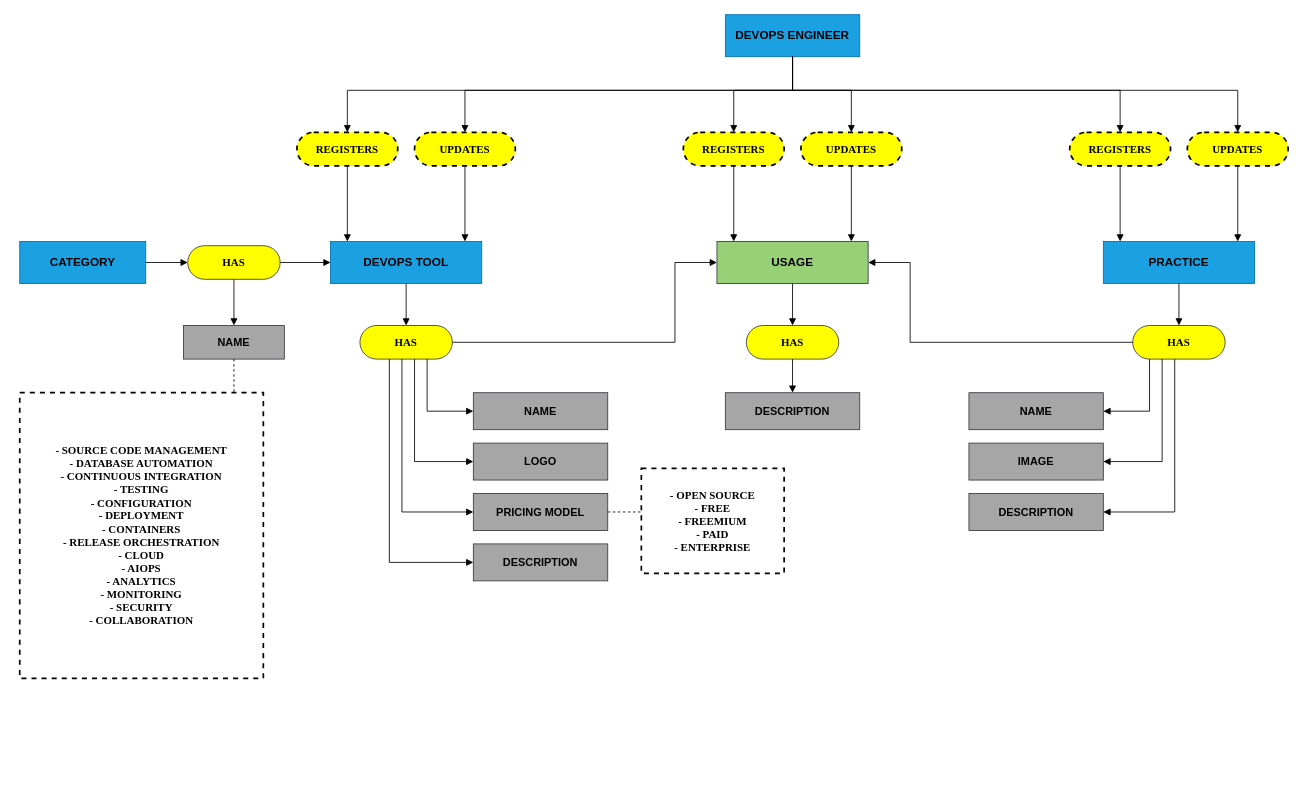
sromerop01/DevOpsTool keeps this draw.io diagram as docs/esquema-preconceptual.drawio. Above is the earlier version. Source tidied: cells renumbered, new cells numbered last; positions are measured from the earlier drawing's top-left corner, leaving out a move shared by most shapes. Both pictures are drawn from the tidied source at 84%, with x=0, y=0 at pixel (19, 14).
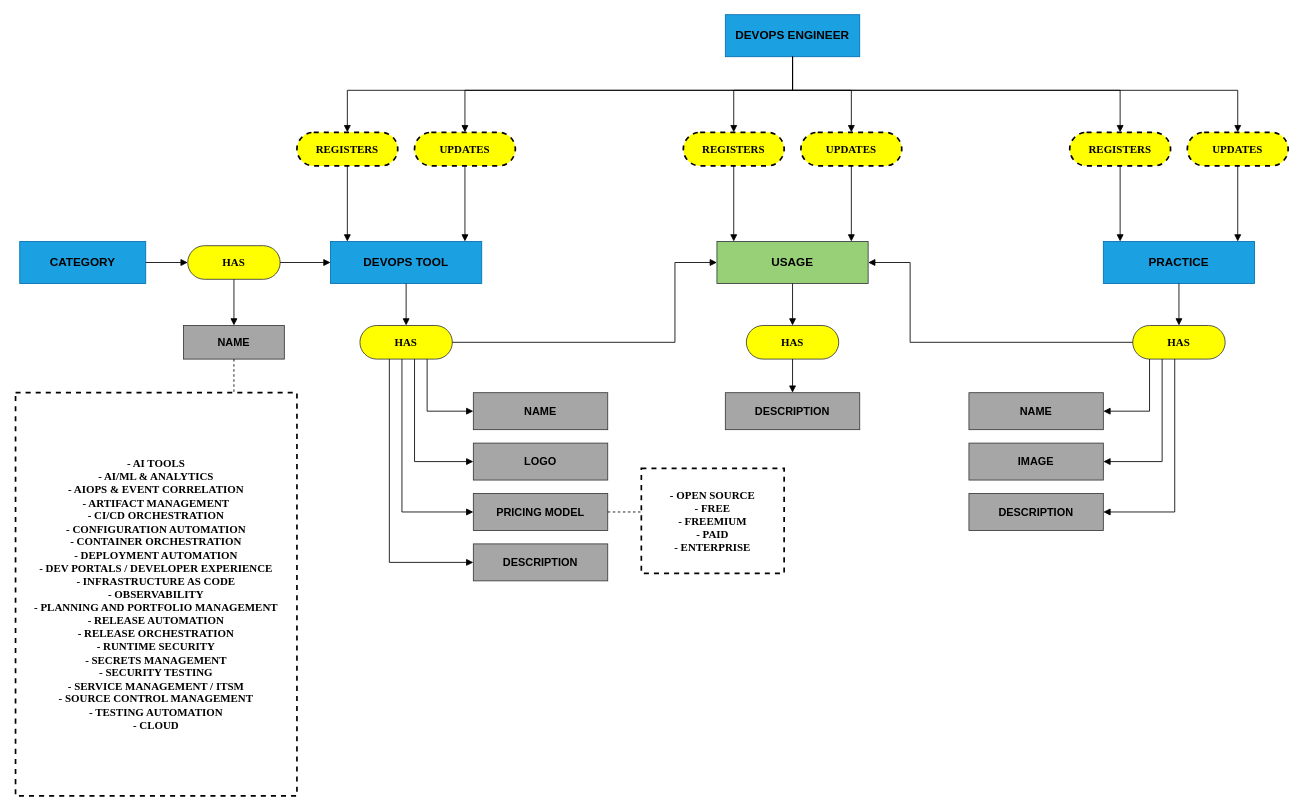
Above is the later version.

Commit message (it also covers changes not shown here):
feat(index): esquema con las 21 categorías de Digital.ai

The change refers to these unchanged cells:
```xml
<mxCell id="14" value="NAME" style="rounded=0;whiteSpace=wrap;html=1;fillColor=#A6A6A6;strokeColor=#36393D;fontColor=#000000;fontStyle=1;fontSize=13;fontFamily=Helvetica;" parent="1" vertex="1">
  <mxGeometry x="195" y="370" width="120" height="40" as="geometry" />
</mxCell>
```

The edit, as a diff of the source:
```diff
@@
-    <mxCell id="15" value="- SOURCE CODE MANAGEMENT&lt;br&gt;- DATABASE AUTOMATION&lt;br&gt;- CONTINUOUS INTEGRATION&lt;br&gt;- TESTING&lt;br&gt;- CONFIGURATION&lt;br&gt;- DEPLOYMENT&lt;br&gt;- CONTAINERS&lt;br&gt;- RELEASE ORCHESTRATION&lt;br&gt;- CLOUD&lt;br&gt;- AIOPS&lt;br&gt;- ANALYTICS&lt;br&gt;- MONITORING&lt;br&gt;- SECURITY&lt;br&gt;- COLLABORATION" style="rounded=0;whiteSpace=wrap;html=1;fillColor=none;strokeColor=#000000;fontColor=#000000;dashed=1;strokeWidth=2;fontStyle=1;fontSize=13;fontFamily=Times New Roman;align=center;verticalAlign=middle;" parent="1" vertex="1">
-      <mxGeometry y="450" width="290" height="340" as="geometry" />
+    <mxCell id="15" value="- AI TOOLS&lt;br&gt;- AI/ML &amp;amp; ANALYTICS&lt;br&gt;- AIOPS &amp;amp; EVENT CORRELATION&lt;br&gt;- ARTIFACT MANAGEMENT&lt;br&gt;- CI/CD ORCHESTRATION&lt;br&gt;- CONFIGURATION AUTOMATION&lt;br&gt;- CONTAINER ORCHESTRATION&lt;br&gt;- DEPLOYMENT AUTOMATION&lt;br&gt;- DEV PORTALS / DEVELOPER EXPERIENCE&lt;br&gt;- INFRASTRUCTURE AS CODE&lt;br&gt;- OBSERVABILITY&lt;br&gt;- PLANNING AND PORTFOLIO MANAGEMENT&lt;br&gt;- RELEASE AUTOMATION&lt;br&gt;- RELEASE ORCHESTRATION&lt;br&gt;- RUNTIME SECURITY&lt;br&gt;- SECRETS MANAGEMENT&lt;br&gt;- SECURITY TESTING&lt;br&gt;- SERVICE MANAGEMENT / ITSM&lt;br&gt;- SOURCE CONTROL MANAGEMENT&lt;br&gt;- TESTING AUTOMATION&lt;br&gt;- CLOUD" style="rounded=0;whiteSpace=wrap;html=1;fillColor=none;strokeColor=#000000;fontColor=#000000;dashed=1;strokeWidth=2;fontStyle=1;fontSize=13;fontFamily=Times New Roman;align=center;verticalAlign=middle;" parent="1" vertex="1">
+      <mxGeometry x="-5" y="450" width="335" height="480" as="geometry" />
     </mxCell>
@@
-    <mxCell id="43" style="endArrow=none;html=1;rounded=0;dashed=1;strokeColor=#000000;exitX=0.5000;exitY=1.0000;exitDx=0;exitDy=0;entryX=0.8793;entryY=0.0000;entryDx=0;entryDy=0;" parent="1" edge="1" source="14" target="15">
+    <mxCell id="43" style="endArrow=none;html=1;rounded=0;dashed=1;strokeColor=#000000;exitX=0.5000;exitY=1.0000;exitDx=0;exitDy=0;entryX=0.7761;entryY=0.0000;entryDx=0;entryDy=0;" parent="1" edge="1" source="14" target="15">
       <mxGeometry relative="1" as="geometry" />
     </mxCell>
```
